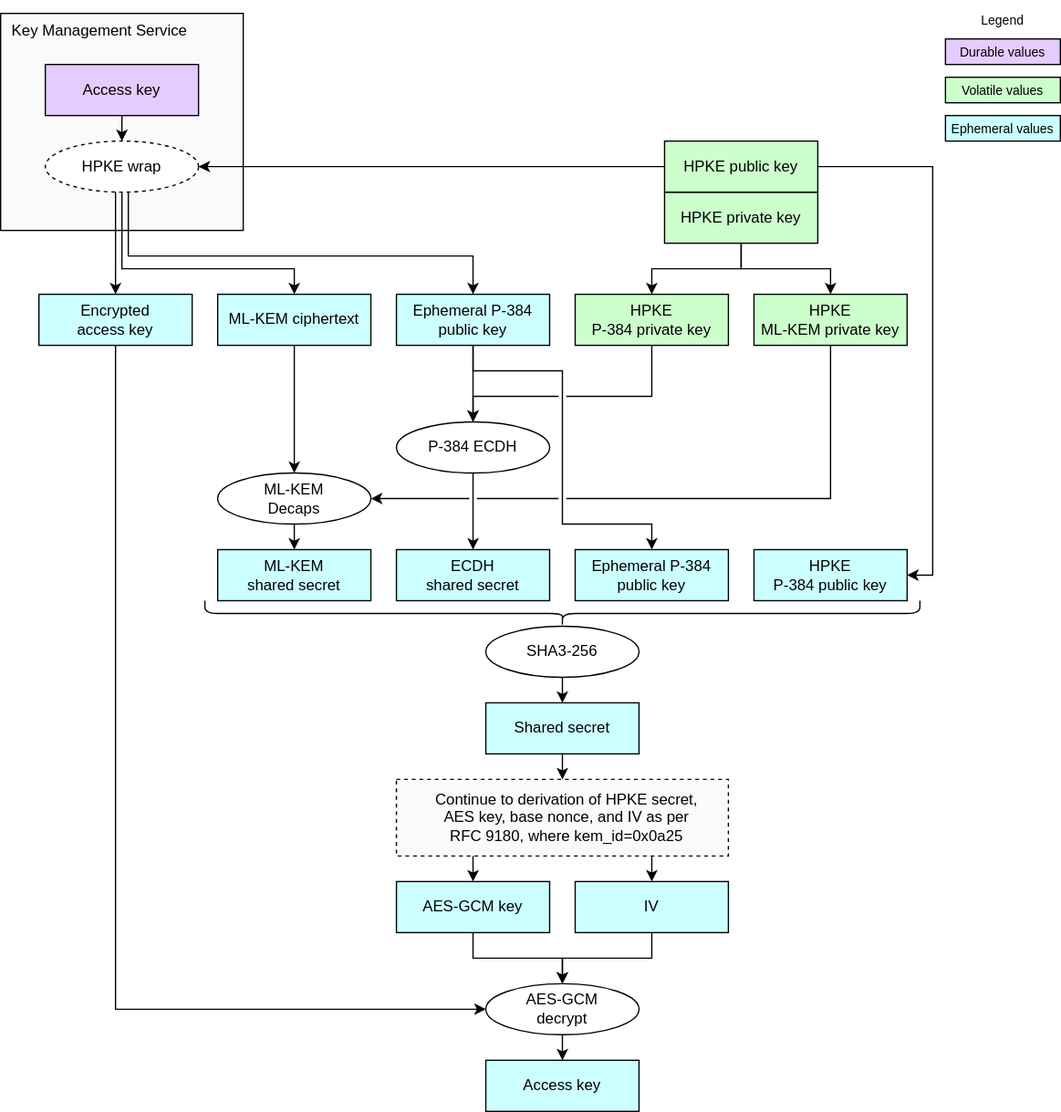
This is doc/ocp_lock/diagrams/mpk_access_key_hybrid_unwrap.drawio.svg from chipsalliance/Caliptra, a draw.io export, as it was before one commit. Source tidied: cells renumbered, new cells last; positions are measured from the earlier drawing's top-left corner, leaving out a move shared by most shapes.
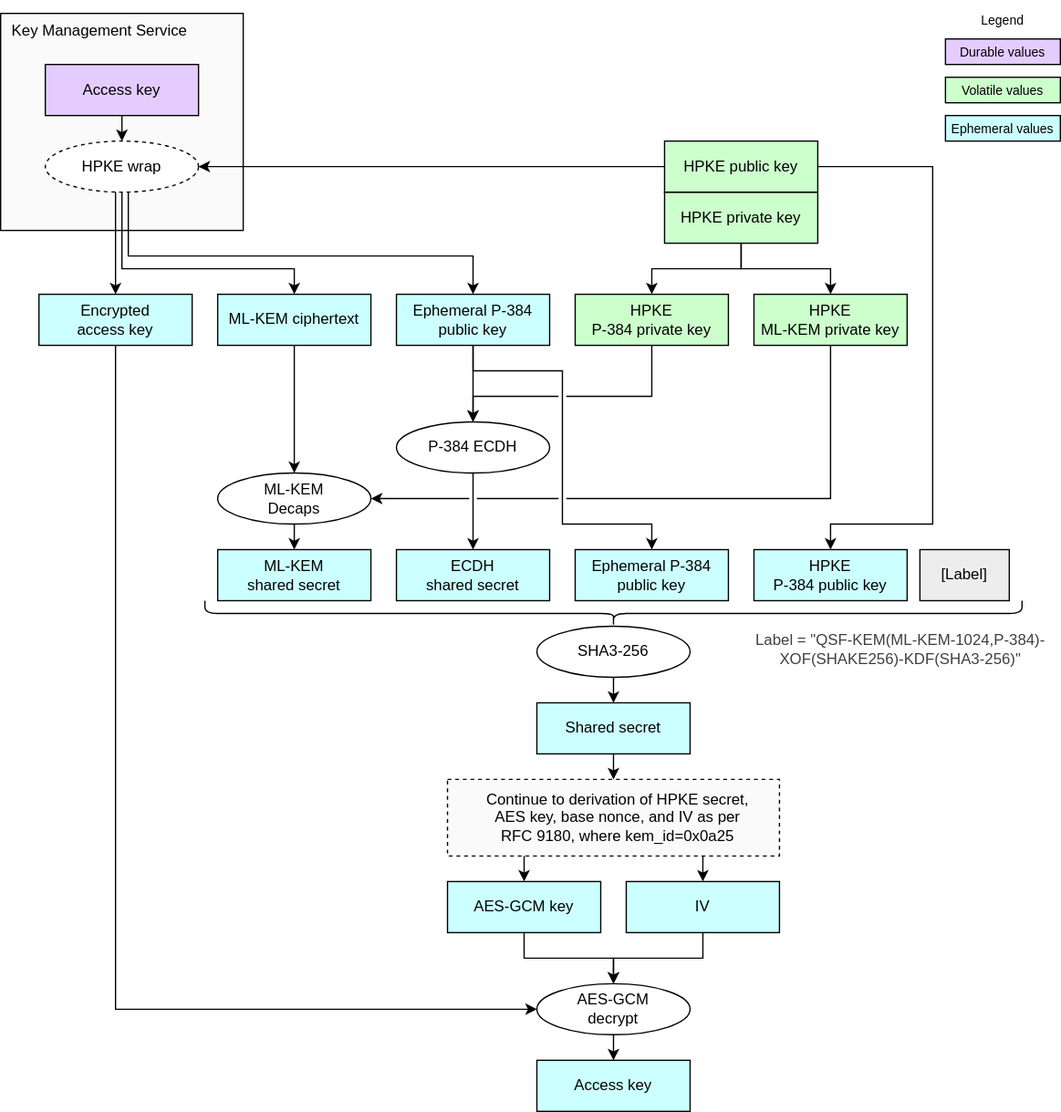
The same diagram one commit later.

What changed in the source:
```diff
@@ -138,64 +138,65 @@
         </Array>
       </mxGeometry>
     </mxCell>
-    <mxCell id="34" style="edgeStyle=segmentEdgeStyle;endArrow=classic;html=1;curved=0;rounded=0;endSize=6;startSize=6;exitX=1;exitY=0.5;exitDx=0;exitDy=0;entryX=1;entryY=0.5;entryDx=0;entryDy=0;" parent="1" edge="1" source="5" target="28">
+    <mxCell id="34" style="edgeStyle=segmentEdgeStyle;endArrow=classic;html=1;curved=0;rounded=0;endSize=6;startSize=6;exitX=1;exitY=0.5;exitDx=0;exitDy=0;entryX=0.5;entryY=0;entryDx=0;entryDy=0;" parent="1" edge="1" source="5" target="28">
       <mxGeometry relative="1" as="geometry">
         <Array as="points">
           <mxPoint x="730" y="130" />
-          <mxPoint x="730" y="450" />
+          <mxPoint x="730" y="410" />
+          <mxPoint x="650" y="410" />
         </Array>
       </mxGeometry>
     </mxCell>
     <mxCell id="35" style="shape=curlyBracket;whiteSpace=wrap;html=1;rounded=1;flipH=1;labelPosition=right;verticalLabelPosition=middle;align=left;verticalAlign=middle;rotation=90;" parent="1" vertex="1">
-      <mxGeometry x="430" y="200" width="20" height="560" as="geometry" />
+      <mxGeometry x="470" y="160" width="20" height="640" as="geometry" />
     </mxCell>
     <mxCell id="36" value="SHA3-256" style="ellipse;whiteSpace=wrap;html=1;fillColor=#FFFFFF;" parent="1" vertex="1">
-      <mxGeometry x="380" y="490" width="120" height="40" as="geometry" />
+      <mxGeometry x="420" y="490" width="120" height="40" as="geometry" />
     </mxCell>
     <mxCell id="37" value="&lt;div&gt;&lt;font color=&quot;#000000&quot;&gt;Shared secret&lt;/font&gt;&lt;/div&gt;" style="rounded=0;whiteSpace=wrap;html=1;align=center;verticalAlign=middle;shadow=0;glass=0;spacingLeft=0;spacingBottom=0;spacingTop=0;fillColor=#CCFFFF;" parent="1" vertex="1">
-      <mxGeometry x="380" y="550" width="120" height="40" as="geometry" />
+      <mxGeometry x="420" y="550" width="120" height="40" as="geometry" />
     </mxCell>
     <mxCell id="38" style="endArrow=classic;html=1;exitX=0.5;exitY=1;exitDx=0;exitDy=0;" parent="1" edge="1" source="36" target="37">
       <mxGeometry relative="1" as="geometry" />
     </mxCell>
     <mxCell id="39" value="Continue to derivation of HPKE secret,&lt;div&gt;AES key, base nonce, and IV as per&lt;/div&gt;&lt;div&gt;RFC 9180, where kem_id=0x0a25&lt;/div&gt;" style="rounded=0;whiteSpace=wrap;html=1;fillColor=#FAFAFA;strokeColor=#000000;align=center;verticalAlign=middle;spacingLeft=7;dashed=1;" parent="1" vertex="1">
-      <mxGeometry x="310" y="610" width="260" height="60" as="geometry" />
+      <mxGeometry x="350" y="610" width="260" height="60" as="geometry" />
     </mxCell>
     <mxCell id="40" style="endArrow=classic;html=1;exitX=0.5;exitY=1;exitDx=0;exitDy=0;" parent="1" edge="1" source="37">
       <mxGeometry relative="1" as="geometry">
-        <mxPoint x="440" y="610" as="targetPoint" />
+        <mxPoint x="480" y="610" as="targetPoint" />
       </mxGeometry>
     </mxCell>
     <mxCell id="41" value="AES-GCM&lt;div&gt;decrypt&lt;/div&gt;" style="ellipse;whiteSpace=wrap;html=1;fillColor=#FFFFFF;" parent="1" vertex="1">
-      <mxGeometry x="380" y="770" width="120" height="40" as="geometry" />
+      <mxGeometry x="420" y="770" width="120" height="40" as="geometry" />
     </mxCell>
     <mxCell id="42" value="Access key" style="rounded=0;whiteSpace=wrap;html=1;align=center;verticalAlign=middle;shadow=0;glass=0;spacingLeft=0;spacingBottom=0;spacingTop=0;fillColor=#CCFFFF;" parent="1" vertex="1">
-      <mxGeometry x="380" y="830" width="120" height="40" as="geometry" />
+      <mxGeometry x="420" y="830" width="120" height="40" as="geometry" />
     </mxCell>
     <mxCell id="43" value="AES-GCM key" style="rounded=0;whiteSpace=wrap;html=1;align=center;verticalAlign=middle;shadow=0;glass=0;spacingLeft=0;spacingBottom=0;spacingTop=0;fillColor=#CCFFFF;" parent="1" vertex="1">
-      <mxGeometry x="310" y="690" width="120" height="40" as="geometry" />
+      <mxGeometry x="350" y="690" width="120" height="40" as="geometry" />
     </mxCell>
     <mxCell id="44" value="IV" style="rounded=0;whiteSpace=wrap;html=1;align=center;verticalAlign=middle;shadow=0;glass=0;spacingLeft=0;spacingBottom=0;spacingTop=0;fillColor=#CCFFFF;" parent="1" vertex="1">
-      <mxGeometry x="450" y="690" width="120" height="40" as="geometry" />
+      <mxGeometry x="490" y="690" width="120" height="40" as="geometry" />
     </mxCell>
     <mxCell id="45" style="endArrow=classic;html=1;entryX=0.5;entryY=0;entryDx=0;entryDy=0;exitX=0.5;exitY=1;exitDx=0;exitDy=0;" parent="1" edge="1" target="43">
       <mxGeometry relative="1" as="geometry">
-        <mxPoint x="370" y="670" as="sourcePoint" />
+        <mxPoint x="410" y="670" as="sourcePoint" />
       </mxGeometry>
     </mxCell>
     <mxCell id="46" style="edgeStyle=segmentEdgeStyle;endArrow=classic;html=1;curved=0;rounded=0;endSize=6;startSize=6;exitX=0.5;exitY=1;exitDx=0;exitDy=0;entryX=0.5;entryY=0;entryDx=0;entryDy=0;" parent="1" edge="1" source="43" target="41">
       <mxGeometry relative="1" as="geometry">
         <Array as="points">
-          <mxPoint x="370" y="750" />
-          <mxPoint x="440" y="750" />
+          <mxPoint x="410" y="750" />
+          <mxPoint x="480" y="750" />
         </Array>
       </mxGeometry>
     </mxCell>
     <mxCell id="47" style="edgeStyle=segmentEdgeStyle;endArrow=classic;html=1;curved=0;rounded=0;endSize=6;startSize=6;exitX=0.5;exitY=1;exitDx=0;exitDy=0;entryX=0.5;entryY=0;entryDx=0;entryDy=0;" parent="1" edge="1" source="44" target="41">
       <mxGeometry relative="1" as="geometry">
         <Array as="points">
-          <mxPoint x="510" y="750" />
-          <mxPoint x="440" y="750" />
+          <mxPoint x="550" y="750" />
+          <mxPoint x="480" y="750" />
         </Array>
       </mxGeometry>
     </mxCell>
@@ -222,8 +223,14 @@
     </mxCell>
     <mxCell id="52" style="endArrow=classic;html=1;exitX=0.5;exitY=1;exitDx=0;exitDy=0;entryX=0.5;entryY=0;entryDx=0;entryDy=0;" parent="1" edge="1" target="44">
       <mxGeometry relative="1" as="geometry">
-        <mxPoint x="510" y="670" as="sourcePoint" />
+        <mxPoint x="550" y="670" as="sourcePoint" />
       </mxGeometry>
     </mxCell>
+    <mxCell id="53" value="&lt;div&gt;&lt;font color=&quot;#000000&quot;&gt;[Label]&lt;/font&gt;&lt;/div&gt;" style="rounded=0;whiteSpace=wrap;html=1;align=center;verticalAlign=middle;shadow=0;glass=0;spacingLeft=0;spacingBottom=0;spacingTop=0;fillColor=#EDEDED;" parent="1" vertex="1">
+      <mxGeometry x="720" y="430" width="70" height="40" as="geometry" />
+    </mxCell>
+    <mxCell id="54" value="&lt;div style=&quot;color: rgb(63, 63, 63);&quot;&gt;Label = &quot;QSF-KEM(ML-KEM-1024,P-384)-XOF(SHAKE256)-KDF(SHA3-256)&quot;&lt;/div&gt;" style="text;strokeColor=none;align=center;fillColor=none;html=1;verticalAlign=middle;whiteSpace=wrap;rounded=0;" parent="1" vertex="1">
+      <mxGeometry x="590" y="485" width="230" height="45" as="geometry" />
+    </mxCell>
   </root>
 </mxGraphModel>
```
